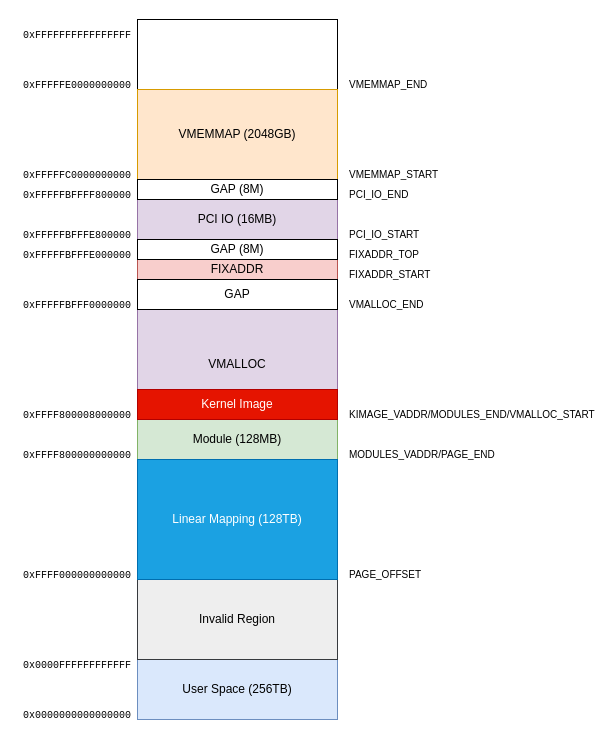
The draw.io diagram Virtual Memory Layout.drawio in Kaling1203/Diagram, before the edit. Source tidied: cells renumbered, new cells numbered last; positions are measured from the earlier drawing's top-left corner, leaving out a move shared by most shapes. Both pictures are drawn from the tidied source at 100%, with x=0, y=0 at pixel (17, 19).
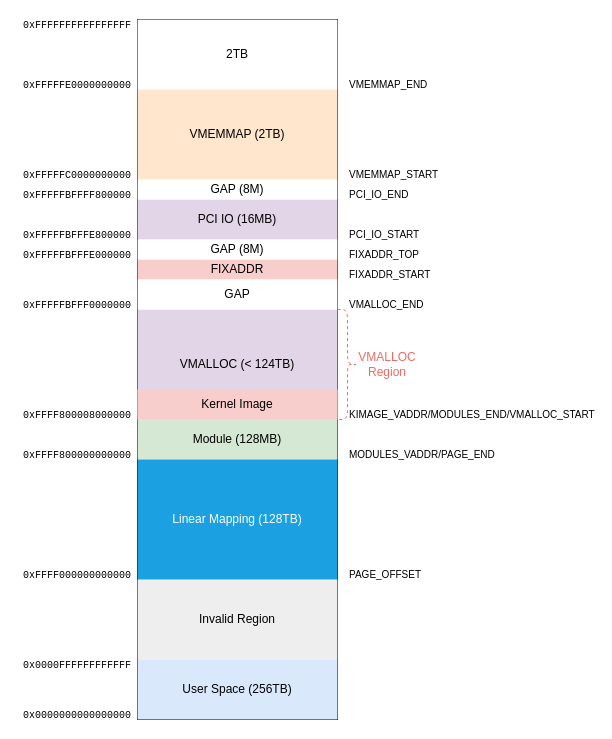
The same page after the edit.

Change to the diagram source:
```diff
@@
-    <mxCell id="3" value="User Space (256TB)" style="rounded=0;whiteSpace=wrap;html=1;fillColor=#dae8fc;strokeColor=#6c8ebf;" parent="1" vertex="1">
+    <mxCell id="3" value="User Space (256TB)" style="rounded=0;whiteSpace=wrap;html=1;fillColor=#dae8fc;strokeColor=none;" parent="1" vertex="1">
       <mxGeometry x="120" y="640" width="200" height="60" as="geometry" />
     </mxCell>
@@
-    <mxCell id="10" value="Module (128MB)" style="rounded=0;whiteSpace=wrap;html=1;fillColor=#d5e8d4;strokeColor=#82b366;" parent="1" vertex="1">
+    <mxCell id="10" value="Module (128MB)" style="rounded=0;whiteSpace=wrap;html=1;fillColor=#d5e8d4;strokeColor=none;" parent="1" vertex="1">
       <mxGeometry x="120" y="400" width="200" height="40" as="geometry" />
     </mxCell>
@@
-    <mxCell id="13" value="VMEMMAP (2048GB)" style="rounded=0;whiteSpace=wrap;html=1;fillColor=#ffe6cc;strokeColor=#d79b00;" parent="1" vertex="1">
+    <mxCell id="13" value="VMEMMAP (2TB)" style="rounded=0;whiteSpace=wrap;html=1;fillColor=#ffe6cc;strokeColor=none;" parent="1" vertex="1">
       <mxGeometry x="120" y="70" width="200" height="90" as="geometry" />
     </mxCell>
@@
     <mxCell id="18" value="&lt;font style=&quot;font-size: 10px;&quot; face=&quot;Courier New&quot;&gt;0xFFFFFFFFFFFFFFFF&lt;/font&gt;" style="text;html=1;strokeColor=none;fillColor=none;align=center;verticalAlign=middle;whiteSpace=wrap;rounded=0;comic=0;" parent="1" vertex="1">
-      <mxGeometry y="10" width="120" height="10" as="geometry" />
+      <mxGeometry width="120" height="10" as="geometry" />
     </mxCell>
@@
-    <mxCell id="21" value="PCI IO (16MB)" style="rounded=0;whiteSpace=wrap;html=1;fillColor=#e1d5e7;strokeColor=#9673a6;" parent="1" vertex="1">
+    <mxCell id="21" value="PCI IO (16MB)" style="rounded=0;whiteSpace=wrap;html=1;fillColor=#e1d5e7;strokeColor=none;" parent="1" vertex="1">
       <mxGeometry x="120" y="180" width="200" height="40" as="geometry" />
     </mxCell>
@@
-    <mxCell id="24" value="FIXADDR" style="rounded=0;whiteSpace=wrap;html=1;fillColor=#f8cecc;strokeColor=#b85450;" parent="1" vertex="1">
+    <mxCell id="24" value="FIXADDR" style="rounded=0;whiteSpace=wrap;html=1;fillColor=#f8cecc;strokeColor=none;" parent="1" vertex="1">
       <mxGeometry x="120" y="240" width="200" height="20" as="geometry" />
     </mxCell>
@@
-    <mxCell id="27" value="Invalid Region" style="rounded=0;whiteSpace=wrap;html=1;fillColor=#eeeeee;strokeColor=#36393d;" parent="1" vertex="1">
+    <mxCell id="27" value="Invalid Region" style="rounded=0;whiteSpace=wrap;html=1;fillColor=#eeeeee;strokeColor=none;" parent="1" vertex="1">
       <mxGeometry x="120" y="560" width="200" height="80" as="geometry" />
     </mxCell>
@@
-    <mxCell id="29" value="GAP (8M)" style="rounded=0;whiteSpace=wrap;html=1;" parent="1" vertex="1">
+    <mxCell id="29" value="GAP (8M)" style="rounded=0;whiteSpace=wrap;html=1;strokeColor=none;" parent="1" vertex="1">
       <mxGeometry x="120" y="160" width="200" height="20" as="geometry" />
     </mxCell>
-    <mxCell id="30" value="VMALLOC" style="rounded=0;whiteSpace=wrap;html=1;fillColor=#e1d5e7;strokeColor=#9673a6;" parent="1" vertex="1">
+    <mxCell id="30" value="VMALLOC (&amp;lt; 124TB)" style="rounded=0;whiteSpace=wrap;html=1;fillColor=#e1d5e7;strokeColor=none;" parent="1" vertex="1">
       <mxGeometry x="120" y="290" width="200" height="110" as="geometry" />
     </mxCell>
-    <mxCell id="31" value="GAP (8M)" style="rounded=0;whiteSpace=wrap;html=1;" parent="1" vertex="1">
+    <mxCell id="31" value="GAP (8M)" style="rounded=0;whiteSpace=wrap;html=1;strokeColor=none;" parent="1" vertex="1">
       <mxGeometry x="120" y="220" width="200" height="20" as="geometry" />
     </mxCell>
-    <mxCell id="32" value="Linear Mapping (128TB)" style="rounded=0;whiteSpace=wrap;html=1;fillColor=#1ba1e2;fontColor=#ffffff;strokeColor=#006EAF;" parent="1" vertex="1">
+    <mxCell id="32" value="Linear Mapping (128TB)" style="rounded=0;whiteSpace=wrap;html=1;fillColor=#1ba1e2;fontColor=#ffffff;strokeColor=none;" parent="1" vertex="1">
       <mxGeometry x="120" y="440" width="200" height="120" as="geometry" />
     </mxCell>
-    <mxCell id="33" value="Kernel Image" style="rounded=0;whiteSpace=wrap;html=1;fillColor=#e51400;strokeColor=#B20000;fontColor=#ffffff;" parent="1" vertex="1">
+    <mxCell id="33" value="Kernel Image" style="rounded=0;whiteSpace=wrap;html=1;fillColor=#f8cecc;strokeColor=none;" parent="1" vertex="1">
       <mxGeometry x="120" y="370" width="200" height="30" as="geometry" />
     </mxCell>
@@
-    <mxCell id="36" value="GAP" style="rounded=0;whiteSpace=wrap;html=1;" parent="1" vertex="1">
+    <mxCell id="36" value="GAP" style="rounded=0;whiteSpace=wrap;html=1;strokeColor=none;" parent="1" vertex="1">
       <mxGeometry x="120" y="260" width="200" height="30" as="geometry" />
     </mxCell>
+    <mxCell id="37" style="shape=curlyBracket;whiteSpace=wrap;html=1;rounded=1;flipH=1;labelPosition=right;verticalLabelPosition=middle;align=left;verticalAlign=middle;strokeColor=#EA6B66;dashed=1;" parent="1" vertex="1">
+      <mxGeometry x="320" y="290" width="20" height="110" as="geometry" />
+    </mxCell>
+    <mxCell id="38" value="&lt;font color=&quot;#ea6b66&quot;&gt;VMALLOC Region&lt;/font&gt;" style="text;html=1;strokeColor=none;fillColor=none;align=center;verticalAlign=middle;whiteSpace=wrap;rounded=0;" parent="1" vertex="1">
+      <mxGeometry x="340" y="330" width="60" height="30" as="geometry" />
+    </mxCell>
+    <mxCell id="39" value="2TB" style="rounded=0;whiteSpace=wrap;html=1;strokeColor=none;" parent="1" vertex="1">
+      <mxGeometry x="120" width="200" height="70" as="geometry" />
+    </mxCell>
```
